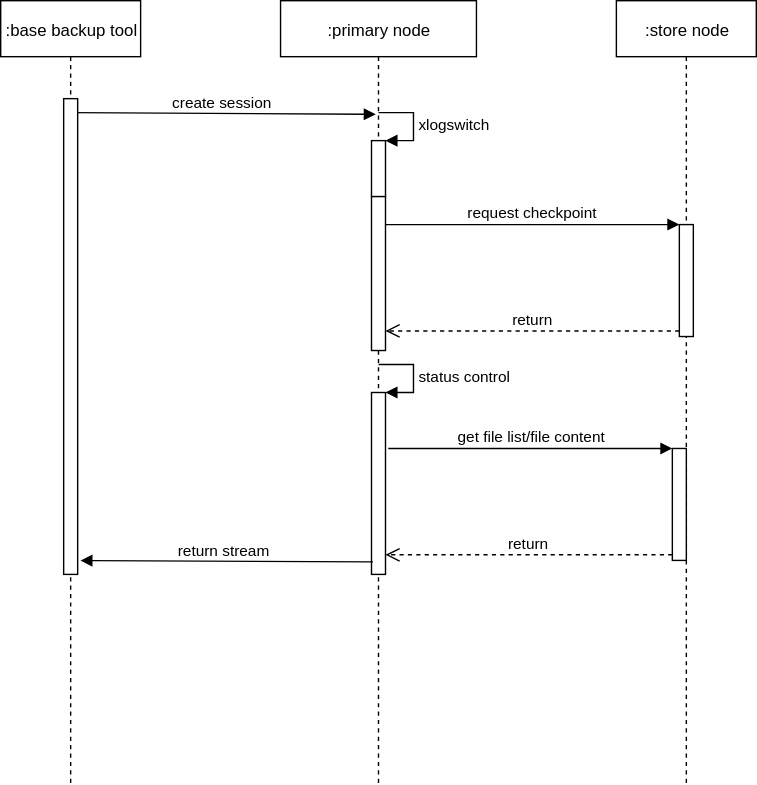
The draw.io diagram attachments/1640158663666.drawio.svg in simbahebinbo/smallfat.github.io, before a commit. Source tidied: cells renumbered, new cells last; positions are measured from the earlier drawing's top-left corner, leaving out a move shared by most shapes. The source it was exported from:
```xml
<mxGraphModel>
  <root>
    <mxCell id="0" />
    <mxCell id="1" parent="0" />
    <mxCell id="2" value=":base backup tool" style="shape=umlLifeline;perimeter=lifelinePerimeter;whiteSpace=wrap;html=1;" parent="1" vertex="1">
      <mxGeometry width="100" height="560" as="geometry" />
    </mxCell>
    <mxCell id="3" value="create session" style="html=1;verticalAlign=bottom;endArrow=block;entryX=0.486;entryY=0.145;entryDx=0;entryDy=0;entryPerimeter=0;" parent="2" edge="1" target="5">
      <mxGeometry relative="1" as="geometry">
        <mxPoint x="50" y="80" as="sourcePoint" />
      </mxGeometry>
    </mxCell>
    <mxCell id="4" style="html=1;points=[];perimeter=orthogonalPerimeter;" parent="2" vertex="1">
      <mxGeometry x="45" y="70" width="10" height="340" as="geometry" />
    </mxCell>
    <mxCell id="5" value=":primary node" style="html=1;points=[];perimeter=orthogonalPerimeter;shape=umlLifeline;participant=label;fontFamily=Helvetica;fontSize=12;fontColor=#000000;align=center;strokeColor=#000000;fillColor=#ffffff;" parent="1" vertex="1">
      <mxGeometry x="200" width="140" height="560" as="geometry" />
    </mxCell>
    <mxCell id="6" style="html=1;points=[];perimeter=orthogonalPerimeter;" parent="5" vertex="1">
      <mxGeometry x="65" y="100" width="10" height="40" as="geometry" />
    </mxCell>
    <mxCell id="7" value="xlogswitch" style="edgeStyle=orthogonalEdgeStyle;html=1;align=left;spacingLeft=2;endArrow=block;rounded=0;entryX=1;entryY=0;" parent="5" edge="1" target="6">
      <mxGeometry relative="1" as="geometry">
        <mxPoint x="70" y="80" as="sourcePoint" />
        <Array as="points">
          <mxPoint x="95" y="80" />
        </Array>
      </mxGeometry>
    </mxCell>
    <mxCell id="8" style="html=1;points=[];perimeter=orthogonalPerimeter;" parent="5" vertex="1">
      <mxGeometry x="65" y="140" width="10" height="110" as="geometry" />
    </mxCell>
    <mxCell id="9" style="html=1;points=[];perimeter=orthogonalPerimeter;" parent="5" vertex="1">
      <mxGeometry x="65" y="280" width="10" height="130" as="geometry" />
    </mxCell>
    <mxCell id="10" value="status control" style="edgeStyle=orthogonalEdgeStyle;html=1;align=left;spacingLeft=2;endArrow=block;rounded=0;entryX=1;entryY=0;" parent="5" edge="1" target="9">
      <mxGeometry relative="1" as="geometry">
        <mxPoint x="70" y="260" as="sourcePoint" />
        <Array as="points">
          <mxPoint x="95" y="260" />
        </Array>
      </mxGeometry>
    </mxCell>
    <mxCell id="11" value=":store node" style="shape=umlLifeline;perimeter=lifelinePerimeter;whiteSpace=wrap;html=1;outlineConnect=0;" parent="1" vertex="1">
      <mxGeometry x="440" width="100" height="560" as="geometry" />
    </mxCell>
    <mxCell id="12" style="html=1;points=[];perimeter=orthogonalPerimeter;" parent="11" vertex="1">
      <mxGeometry x="45" y="160" width="10" height="80" as="geometry" />
    </mxCell>
    <mxCell id="13" style="html=1;points=[];perimeter=orthogonalPerimeter;" parent="11" vertex="1">
      <mxGeometry x="40" y="320" width="10" height="80" as="geometry" />
    </mxCell>
    <mxCell id="14" value="request checkpoint" style="html=1;verticalAlign=bottom;endArrow=block;entryX=0;entryY=0;" parent="1" edge="1" source="8" target="12">
      <mxGeometry relative="1" as="geometry" />
    </mxCell>
    <mxCell id="15" value="return" style="html=1;verticalAlign=bottom;endArrow=open;dashed=1;endSize=8;exitX=0;exitY=0.95;" parent="1" edge="1" source="12" target="8">
      <mxGeometry relative="1" as="geometry" />
    </mxCell>
    <mxCell id="16" value="get file list/file content" style="html=1;verticalAlign=bottom;endArrow=block;entryX=0;entryY=0;" parent="1" edge="1" target="13">
      <mxGeometry relative="1" as="geometry">
        <mxPoint x="277" y="320" as="sourcePoint" />
      </mxGeometry>
    </mxCell>
    <mxCell id="17" value="return" style="html=1;verticalAlign=bottom;endArrow=open;dashed=1;endSize=8;exitX=0;exitY=0.95;" parent="1" edge="1" source="13" target="9">
      <mxGeometry relative="1" as="geometry" />
    </mxCell>
    <mxCell id="18" value="return stream&amp;nbsp;" style="html=1;verticalAlign=bottom;endArrow=block;entryX=1.2;entryY=0.971;entryDx=0;entryDy=0;entryPerimeter=0;exitX=0.1;exitY=0.931;exitDx=0;exitDy=0;exitPerimeter=0;" parent="1" edge="1" source="9" target="4">
      <mxGeometry relative="1" as="geometry" />
    </mxCell>
  </root>
</mxGraphModel>
```
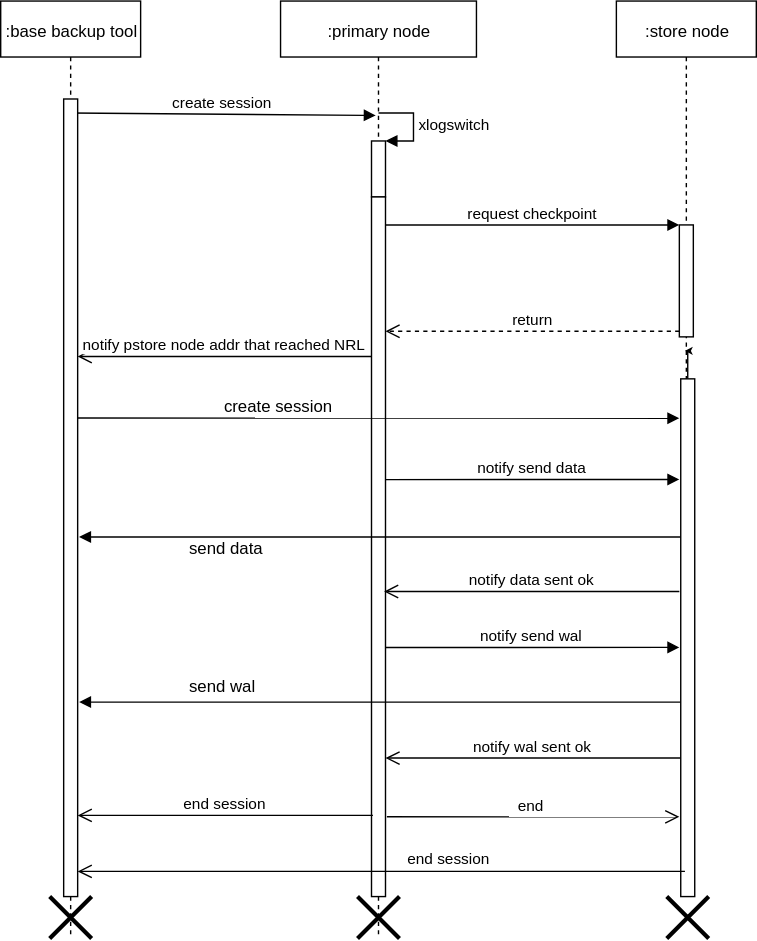
The same file after the commit.

Commit message:
添加附件 : attachments/1640158663666.drawio.svg

The edit, as a diff of the source:
```diff
@@ -3,18 +3,21 @@
     <mxCell id="0" />
     <mxCell id="1" parent="0" />
     <mxCell id="2" value=":base backup tool" style="shape=umlLifeline;perimeter=lifelinePerimeter;whiteSpace=wrap;html=1;" parent="1" vertex="1">
-      <mxGeometry width="100" height="560" as="geometry" />
+      <mxGeometry width="100" height="670" as="geometry" />
     </mxCell>
-    <mxCell id="3" value="create session" style="html=1;verticalAlign=bottom;endArrow=block;entryX=0.486;entryY=0.145;entryDx=0;entryDy=0;entryPerimeter=0;" parent="2" edge="1" target="5">
+    <mxCell id="3" value="create session" style="html=1;verticalAlign=bottom;endArrow=block;entryX=0.486;entryY=0.122;entryDx=0;entryDy=0;entryPerimeter=0;" parent="2" edge="1" target="5">
       <mxGeometry relative="1" as="geometry">
         <mxPoint x="50" y="80" as="sourcePoint" />
       </mxGeometry>
     </mxCell>
     <mxCell id="4" style="html=1;points=[];perimeter=orthogonalPerimeter;" parent="2" vertex="1">
-      <mxGeometry x="45" y="70" width="10" height="340" as="geometry" />
+      <mxGeometry x="45" y="70" width="10" height="570" as="geometry" />
     </mxCell>
+    <mxCell id="19" style="shape=umlDestroy;whiteSpace=wrap;html=1;strokeWidth=3;" parent="2" vertex="1">
+      <mxGeometry x="35" y="640" width="30" height="30" as="geometry" />
+    </mxCell>
     <mxCell id="5" value=":primary node" style="html=1;points=[];perimeter=orthogonalPerimeter;shape=umlLifeline;participant=label;fontFamily=Helvetica;fontSize=12;fontColor=#000000;align=center;strokeColor=#000000;fillColor=#ffffff;" parent="1" vertex="1">
-      <mxGeometry x="200" width="140" height="560" as="geometry" />
+      <mxGeometry x="200" width="140" height="670" as="geometry" />
     </mxCell>
     <mxCell id="6" style="html=1;points=[];perimeter=orthogonalPerimeter;" parent="5" vertex="1">
       <mxGeometry x="65" y="100" width="10" height="40" as="geometry" />
@@ -28,44 +31,103 @@
       </mxGeometry>
     </mxCell>
     <mxCell id="8" style="html=1;points=[];perimeter=orthogonalPerimeter;" parent="5" vertex="1">
-      <mxGeometry x="65" y="140" width="10" height="110" as="geometry" />
+      <mxGeometry x="65" y="140" width="10" height="500" as="geometry" />
     </mxCell>
-    <mxCell id="9" style="html=1;points=[];perimeter=orthogonalPerimeter;" parent="5" vertex="1">
-      <mxGeometry x="65" y="280" width="10" height="130" as="geometry" />
-    </mxCell>
-    <mxCell id="10" value="status control" style="edgeStyle=orthogonalEdgeStyle;html=1;align=left;spacingLeft=2;endArrow=block;rounded=0;entryX=1;entryY=0;" parent="5" edge="1" target="9">
-      <mxGeometry relative="1" as="geometry">
-        <mxPoint x="70" y="260" as="sourcePoint" />
-        <Array as="points">
-          <mxPoint x="95" y="260" />
-        </Array>
-      </mxGeometry>
-    </mxCell>
+    <mxCell id="20" style="shape=umlDestroy;whiteSpace=wrap;html=1;strokeWidth=3;" parent="5" vertex="1">
+      <mxGeometry x="55" y="640" width="30" height="30" as="geometry" />
+    </mxCell>
     <mxCell id="11" value=":store node" style="shape=umlLifeline;perimeter=lifelinePerimeter;whiteSpace=wrap;html=1;outlineConnect=0;" parent="1" vertex="1">
-      <mxGeometry x="440" width="100" height="560" as="geometry" />
+      <mxGeometry x="440" width="100" height="640" as="geometry" />
     </mxCell>
     <mxCell id="12" style="html=1;points=[];perimeter=orthogonalPerimeter;" parent="11" vertex="1">
       <mxGeometry x="45" y="160" width="10" height="80" as="geometry" />
     </mxCell>
+    <mxCell id="21" style="edgeStyle=orthogonalEdgeStyle;rounded=0;jettySize=auto;html=1;" parent="11" edge="1" source="13" target="11">
+      <mxGeometry relative="1" as="geometry" />
+    </mxCell>
     <mxCell id="13" style="html=1;points=[];perimeter=orthogonalPerimeter;" parent="11" vertex="1">
-      <mxGeometry x="40" y="320" width="10" height="80" as="geometry" />
+      <mxGeometry x="46" y="270" width="10" height="370" as="geometry" />
     </mxCell>
     <mxCell id="14" value="request checkpoint" style="html=1;verticalAlign=bottom;endArrow=block;entryX=0;entryY=0;" parent="1" edge="1" source="8" target="12">
       <mxGeometry relative="1" as="geometry" />
     </mxCell>
-    <mxCell id="15" value="return" style="html=1;verticalAlign=bottom;endArrow=open;dashed=1;endSize=8;exitX=0;exitY=0.95;" parent="1" edge="1" source="12" target="8">
+    <mxCell id="15" value="return" style="html=1;verticalAlign=bottom;endArrow=open;endSize=8;exitX=0;exitY=0.95;dashed=1;" parent="1" edge="1" source="12" target="8">
       <mxGeometry relative="1" as="geometry" />
     </mxCell>
-    <mxCell id="16" value="get file list/file content" style="html=1;verticalAlign=bottom;endArrow=block;entryX=0;entryY=0;" parent="1" edge="1" target="13">
+    <mxCell id="16" value="notify send data" style="html=1;verticalAlign=bottom;endArrow=block;entryX=-0.1;entryY=0.243;entryDx=0;entryDy=0;entryPerimeter=0;" parent="1" edge="1">
       <mxGeometry relative="1" as="geometry">
-        <mxPoint x="277" y="320" as="sourcePoint" />
+        <mxPoint x="275" y="342" as="sourcePoint" />
+        <mxPoint x="485" y="341.9" as="targetPoint" />
       </mxGeometry>
     </mxCell>
-    <mxCell id="17" value="return" style="html=1;verticalAlign=bottom;endArrow=open;dashed=1;endSize=8;exitX=0;exitY=0.95;" parent="1" edge="1" source="13" target="9">
-      <mxGeometry relative="1" as="geometry" />
-    </mxCell>
-    <mxCell id="18" value="return stream&amp;nbsp;" style="html=1;verticalAlign=bottom;endArrow=block;entryX=1.2;entryY=0.971;entryDx=0;entryDy=0;entryPerimeter=0;exitX=0.1;exitY=0.931;exitDx=0;exitDy=0;exitPerimeter=0;" parent="1" edge="1" source="9" target="4">
-      <mxGeometry relative="1" as="geometry" />
-    </mxCell>
+    <mxCell id="22" value="notify pstore node addr that reached NRL" style="html=1;verticalAlign=bottom;endArrow=open;endSize=8;exitX=0;exitY=0.95;" parent="1" edge="1">
+      <mxGeometry relative="1" as="geometry">
+        <mxPoint x="265" y="254" as="sourcePoint" />
+        <mxPoint x="55" y="254" as="targetPoint" />
+      </mxGeometry>
+    </mxCell>
+    <mxCell id="23" value="create session" style="text;html=1;align=left;verticalAlign=top;spacingTop=-4;" parent="1" vertex="1">
+      <mxGeometry x="158" y="280" width="90" height="20" as="geometry" />
+    </mxCell>
+    <mxCell id="24" style="html=1;verticalAlign=bottom;endArrow=block;" parent="1" edge="1">
+      <mxGeometry relative="1" as="geometry">
+        <mxPoint x="486" y="383" as="sourcePoint" />
+        <mxPoint x="56" y="383" as="targetPoint" />
+      </mxGeometry>
+    </mxCell>
+    <mxCell id="25" value="send data" style="text;html=1;align=left;verticalAlign=top;spacingTop=-4;" parent="1" vertex="1">
+      <mxGeometry x="133" y="382" width="70" height="20" as="geometry" />
+    </mxCell>
+    <mxCell id="26" value="notify data sent ok" style="html=1;verticalAlign=bottom;endArrow=open;endSize=8;" parent="1" edge="1">
+      <mxGeometry relative="1" as="geometry">
+        <mxPoint x="485" y="422" as="sourcePoint" />
+        <mxPoint x="274" y="422" as="targetPoint" />
+      </mxGeometry>
+    </mxCell>
+    <mxCell id="27" style="html=1;verticalAlign=bottom;endArrow=block;entryX=-0.1;entryY=0.076;entryDx=0;entryDy=0;entryPerimeter=0;exitX=1;exitY=0.4;exitDx=0;exitDy=0;exitPerimeter=0;" parent="1" edge="1" source="4" target="13">
+      <mxGeometry relative="1" as="geometry" />
+    </mxCell>
+    <mxCell id="28" value="notify send wal" style="html=1;verticalAlign=bottom;endArrow=block;entryX=-0.1;entryY=0.243;entryDx=0;entryDy=0;entryPerimeter=0;" parent="1" edge="1">
+      <mxGeometry relative="1" as="geometry">
+        <mxPoint x="275" y="462" as="sourcePoint" />
+        <mxPoint x="485" y="461.9" as="targetPoint" />
+      </mxGeometry>
+    </mxCell>
+    <mxCell id="29" style="html=1;verticalAlign=bottom;endArrow=block;" parent="1" edge="1">
+      <mxGeometry relative="1" as="geometry">
+        <mxPoint x="486" y="501" as="sourcePoint" />
+        <mxPoint x="56" y="501" as="targetPoint" />
+      </mxGeometry>
+    </mxCell>
+    <mxCell id="30" value="send wal" style="text;html=1;align=left;verticalAlign=top;spacingTop=-4;" parent="1" vertex="1">
+      <mxGeometry x="133" y="480" width="60" height="20" as="geometry" />
+    </mxCell>
+    <mxCell id="31" value="notify wal sent ok" style="html=1;verticalAlign=bottom;endArrow=open;endSize=8;" parent="1" edge="1">
+      <mxGeometry relative="1" as="geometry">
+        <mxPoint x="486" y="541" as="sourcePoint" />
+        <mxPoint x="275" y="541" as="targetPoint" />
+      </mxGeometry>
+    </mxCell>
+    <mxCell id="32" value="end session" style="html=1;verticalAlign=bottom;endArrow=open;endSize=8;" parent="1" edge="1">
+      <mxGeometry relative="1" as="geometry">
+        <mxPoint x="266" y="582" as="sourcePoint" />
+        <mxPoint x="55" y="582" as="targetPoint" />
+      </mxGeometry>
+    </mxCell>
+    <mxCell id="33" value="end&amp;nbsp;" style="html=1;verticalAlign=bottom;endArrow=open;endSize=8;entryX=-0.1;entryY=0.919;entryDx=0;entryDy=0;entryPerimeter=0;" parent="1" edge="1">
+      <mxGeometry relative="1" as="geometry">
+        <mxPoint x="276" y="583" as="sourcePoint" />
+        <mxPoint x="485" y="583" as="targetPoint" />
+      </mxGeometry>
+    </mxCell>
+    <mxCell id="34" value="end session" style="html=1;verticalAlign=bottom;endArrow=open;endSize=8;" parent="1" edge="1">
+      <mxGeometry x="-0.22" y="-1" relative="1" as="geometry">
+        <mxPoint x="489" y="622" as="sourcePoint" />
+        <mxPoint x="55" y="622" as="targetPoint" />
+      </mxGeometry>
+    </mxCell>
+    <mxCell id="35" style="shape=umlDestroy;whiteSpace=wrap;html=1;strokeWidth=3;" parent="1" vertex="1">
+      <mxGeometry x="476" y="640" width="30" height="30" as="geometry" />
+    </mxCell>
   </root>
 </mxGraphModel>
```
